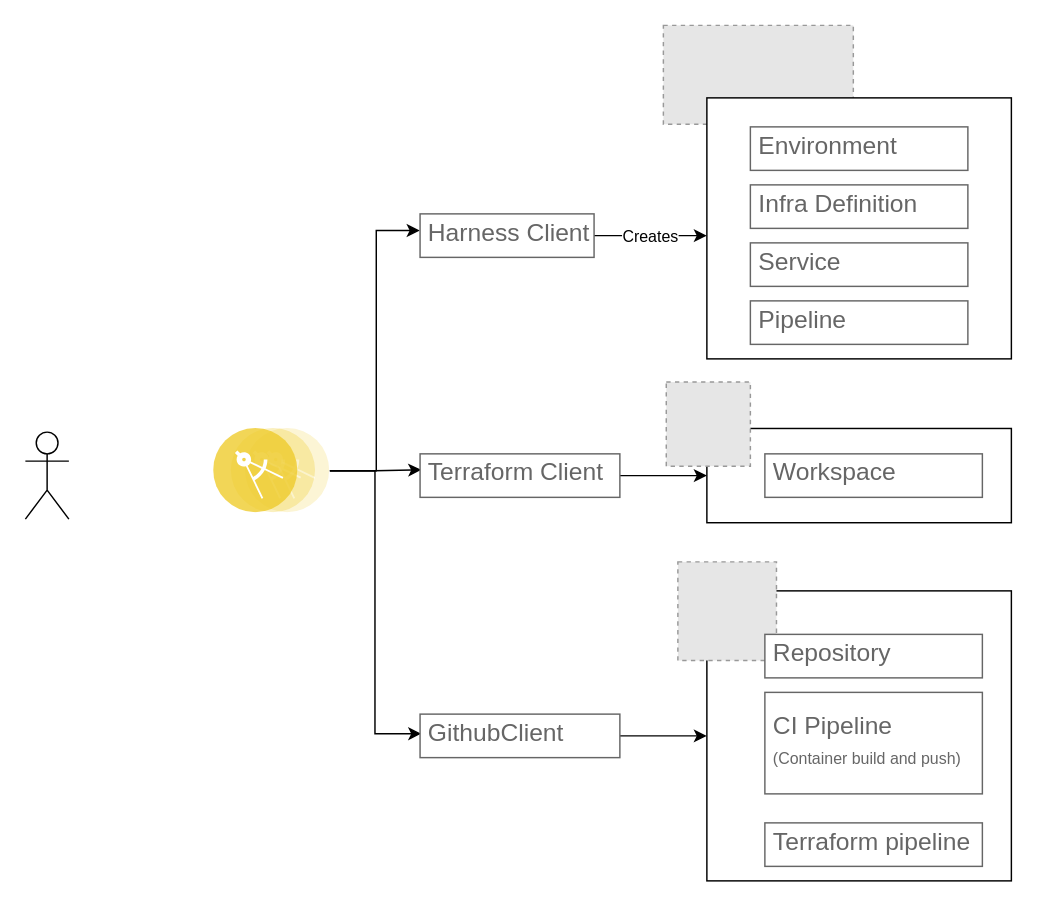
kshitijchoudha/delete-this-1 keeps this draw.io diagram as Untitled Diagram.drawio. Above is the earlier version. Source tidied: cells renumbered, new cells numbered last; positions are measured from the earlier drawing's top-left corner, leaving out a move shared by most shapes. Both pictures are drawn from the tidied source at 145%, with x=0, y=0 at pixel (25, 25). Pictures stored in the file or linked from it are replaced by grey dashed boxes.
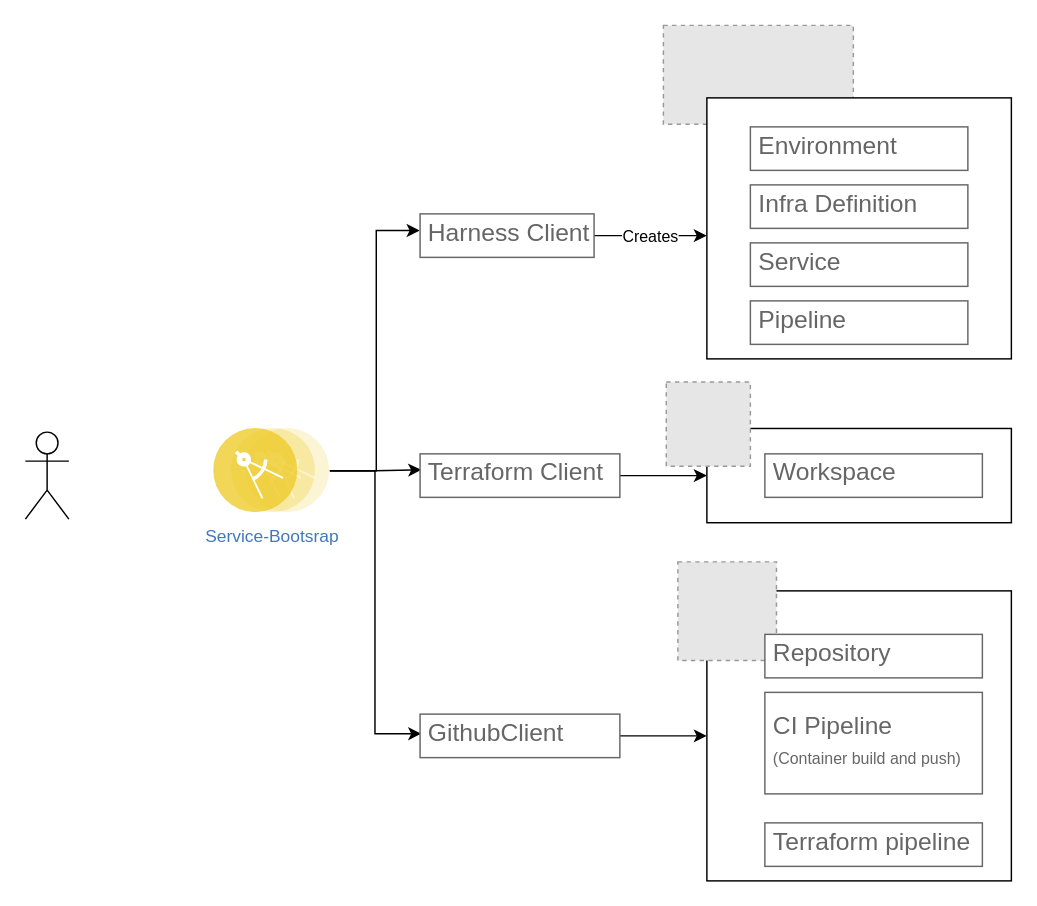
Above is the later version.

Change to the diagram source:
```diff
@@
-    <mxCell id="10" style="perimeter=ellipsePerimeter;html=1;align=center;shadow=0;dashed=0;fontColor=#4277BB;labelBackgroundColor=#ffffff;fontSize=12;spacingTop=3;image;image=img/lib/ibm/applications/microservice.svg;" parent="1" vertex="1">
+    <mxCell id="10" value="Service-Bootsrap" style="perimeter=ellipsePerimeter;html=1;align=center;shadow=0;dashed=0;fontColor=#4277BB;labelBackgroundColor=#ffffff;fontSize=12;spacingTop=3;image;image=img/lib/ibm/applications/microservice.svg;" parent="1" vertex="1">
       <mxGeometry x="130" y="278" width="80" height="58.4" as="geometry" />
     </mxCell>
```
